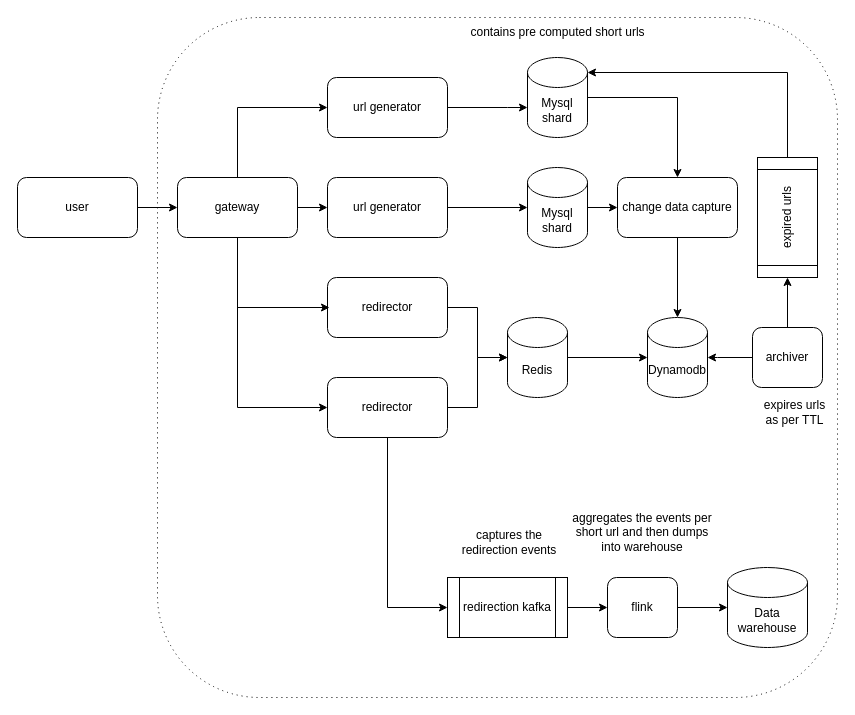
Above: url-shortner/assets/url-shortner.drawio in Circles24/high-level-designs (draw.io), before the change. Source tidied: cells renumbered, new cells numbered last; positions are measured from the earlier drawing's top-left corner, leaving out a move shared by most shapes. Both pictures are drawn from the tidied source at 100%, with x=0, y=0 at pixel (17, 17).
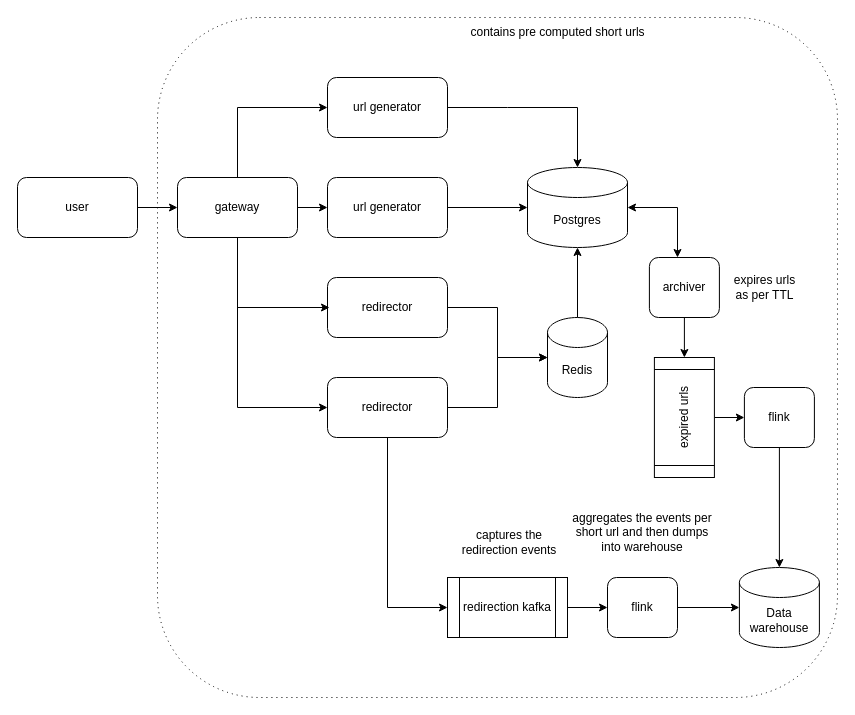
After the change.

Commit message (it also covers changes not shown here):
fix: Url shortner design

The change refers to these unchanged cells:
```xml
<mxCell id="11" value="url generator" style="rounded=1;whiteSpace=wrap;html=1;" parent="1" vertex="1">
  <mxGeometry x="310" y="160" width="120" height="60" as="geometry" />
</mxCell>
<mxCell id="15" value="redirector" style="rounded=1;whiteSpace=wrap;html=1;" parent="1" vertex="1">
  <mxGeometry x="310" y="360" width="120" height="60" as="geometry" />
</mxCell>
```

Diff of the diagram source:
```diff
@@
-    <mxCell id="10" style="edgeStyle=orthogonalEdgeStyle;rounded=0;jettySize=auto;html=1;" parent="1" edge="1" source="11" target="20">
-      <mxGeometry relative="1" as="geometry">
-        <Array as="points">
-          <mxPoint x="530" y="190" />
-          <mxPoint x="530" y="190" />
-        </Array>
-      </mxGeometry>
-    </mxCell>
@@
-    <mxCell id="14" style="edgeStyle=orthogonalEdgeStyle;rounded=0;jettySize=auto;html=1;" parent="1" edge="1" source="15">
+    <mxCell id="14" style="edgeStyle=orthogonalEdgeStyle;rounded=0;jettySize=auto;html=1;entryX=0;entryY=0.5;entryDx=0;entryDy=0;entryPerimeter=0;" parent="1" edge="1" source="15" target="17">
       <mxGeometry relative="1" as="geometry">
-        <mxPoint x="490" y="340" as="targetPoint" />
         <Array as="points">
-          <mxPoint x="460" y="390" />
-          <mxPoint x="460" y="340" />
+          <mxPoint x="480" y="390" />
+          <mxPoint x="480" y="340" />
         </Array>
       </mxGeometry>
     </mxCell>
@@
-    <mxCell id="16" value="Dynamodb" style="shape=cylinder3;whiteSpace=wrap;html=1;boundedLbl=1;backgroundOutline=1;size=15;" parent="1" vertex="1">
-      <mxGeometry x="630" y="300" width="60" height="80" as="geometry" />
-    </mxCell>
     <mxCell id="17" value="Redis" style="shape=cylinder3;whiteSpace=wrap;html=1;boundedLbl=1;backgroundOutline=1;size=15;" parent="1" vertex="1">
-      <mxGeometry x="490" y="300" width="60" height="80" as="geometry" />
+      <mxGeometry x="530" y="300" width="60" height="80" as="geometry" />
     </mxCell>
-    <mxCell id="18" style="edgeStyle=orthogonalEdgeStyle;rounded=0;jettySize=auto;html=1;entryX=0.5;entryY=0;entryDx=0;entryDy=0;" parent="1" edge="1" source="19" target="24">
-      <mxGeometry relative="1" as="geometry" />
-    </mxCell>
-    <mxCell id="19" value="Mysql shard" style="shape=cylinder3;whiteSpace=wrap;html=1;boundedLbl=1;backgroundOutline=1;size=15;" parent="1" vertex="1">
-      <mxGeometry x="510" y="40" width="60" height="80" as="geometry" />
+    <mxCell id="19" value="Postgres" style="shape=cylinder3;whiteSpace=wrap;html=1;boundedLbl=1;backgroundOutline=1;size=15;" parent="1" vertex="1">
+      <mxGeometry x="510" y="150" width="100" height="80" as="geometry" />
     </mxCell>
-    <mxCell id="20" value="Mysql shard" style="shape=cylinder3;whiteSpace=wrap;html=1;boundedLbl=1;backgroundOutline=1;size=15;" parent="1" vertex="1">
-      <mxGeometry x="510" y="150" width="60" height="80" as="geometry" />
-    </mxCell>
@@
-    <mxCell id="22" style="edgeStyle=orthogonalEdgeStyle;rounded=0;jettySize=auto;html=1;" parent="1" edge="1" source="24">
-      <mxGeometry relative="1" as="geometry">
-        <mxPoint x="660" y="190" as="targetPoint" />
-        <Array as="points">
-          <mxPoint x="657" y="190" />
-        </Array>
-      </mxGeometry>
-    </mxCell>
-    <mxCell id="23" style="edgeStyle=orthogonalEdgeStyle;rounded=0;jettySize=auto;html=1;" parent="1" edge="1" source="20" target="24">
-      <mxGeometry relative="1" as="geometry" />
-    </mxCell>
-    <mxCell id="24" value="change data capture" style="rounded=1;whiteSpace=wrap;html=1;" parent="1" vertex="1">
-      <mxGeometry x="600" y="160" width="120" height="60" as="geometry" />
-    </mxCell>
-    <mxCell id="25" style="edgeStyle=orthogonalEdgeStyle;rounded=0;jettySize=auto;html=1;entryX=0.5;entryY=0;entryDx=0;entryDy=0;entryPerimeter=0;" parent="1" edge="1" source="24" target="16">
-      <mxGeometry relative="1" as="geometry" />
-    </mxCell>
@@
-    <mxCell id="27" style="edgeStyle=orthogonalEdgeStyle;rounded=0;jettySize=auto;html=1;entryX=0;entryY=0.5;entryDx=0;entryDy=0;entryPerimeter=0;" parent="1" edge="1" source="17" target="16">
+    <mxCell id="27" style="edgeStyle=orthogonalEdgeStyle;rounded=0;jettySize=auto;html=1;entryX=0.5;entryY=1;entryDx=0;entryDy=0;entryPerimeter=0;" parent="1" edge="1" source="17" target="19">
       <mxGeometry relative="1" as="geometry" />
     </mxCell>
-    <mxCell id="28" style="edgeStyle=orthogonalEdgeStyle;rounded=0;jettySize=auto;html=1;entryX=0;entryY=0.5;entryDx=0;entryDy=0;" parent="1" edge="1" source="29" target="42">
+    <mxCell id="28" style="edgeStyle=orthogonalEdgeStyle;rounded=0;jettySize=auto;html=1;entryX=1;entryY=0.5;entryDx=0;entryDy=0;" parent="1" edge="1" source="29" target="42">
       <mxGeometry relative="1" as="geometry" />
     </mxCell>
     <mxCell id="29" value="archiver" style="rounded=1;whiteSpace=wrap;html=1;" parent="1" vertex="1">
-      <mxGeometry x="735" y="310" width="70" height="60" as="geometry" />
+      <mxGeometry x="631.9" y="240" width="70" height="60" as="geometry" />
     </mxCell>
-    <mxCell id="30" style="edgeStyle=orthogonalEdgeStyle;rounded=0;jettySize=auto;html=1;entryX=1;entryY=0.5;entryDx=0;entryDy=0;entryPerimeter=0;" parent="1" edge="1" source="29" target="16">
+    <mxCell id="30" style="edgeStyle=orthogonalEdgeStyle;rounded=0;jettySize=auto;html=1;entryX=1;entryY=0.5;entryDx=0;entryDy=0;entryPerimeter=0;startArrow=classic;startFill=1;" parent="1" edge="1" source="29" target="19">
       <mxGeometry relative="1" as="geometry">
         <Array as="points">
-          <mxPoint x="700" y="340" />
-          <mxPoint x="700" y="340" />
+          <mxPoint x="660" y="190" />
         </Array>
       </mxGeometry>
     </mxCell>
@@
     <mxCell id="34" value="Data warehouse" style="shape=cylinder3;whiteSpace=wrap;html=1;boundedLbl=1;backgroundOutline=1;size=15;" parent="1" vertex="1">
-      <mxGeometry x="710" y="550" width="80" height="80" as="geometry" />
+      <mxGeometry x="721.9" y="550" width="80" height="80" as="geometry" />
     </mxCell>
@@
     <mxCell id="38" value="expires urls as per TTL" style="text;html=1;align=center;verticalAlign=middle;whiteSpace=wrap;rounded=0;" parent="1" vertex="1">
-      <mxGeometry x="740" y="380" width="75" height="30" as="geometry" />
+      <mxGeometry x="710" y="255" width="75" height="30" as="geometry" />
     </mxCell>
@@
-    <mxCell id="41" style="edgeStyle=orthogonalEdgeStyle;rounded=0;jettySize=auto;html=1;entryX=1;entryY=0;entryDx=0;entryDy=15;entryPerimeter=0;" parent="1" edge="1" source="42" target="19">
-      <mxGeometry relative="1" as="geometry">
-        <Array as="points">
-          <mxPoint x="770" y="55" />
-        </Array>
-      </mxGeometry>
-    </mxCell>
+    <mxCell id="43" style="edgeStyle=orthogonalEdgeStyle;rounded=0;jettySize=auto;html=1;exitX=0.5;exitY=1;exitDx=0;exitDy=0;entryX=0;entryY=0.5;entryDx=0;entryDy=0;" parent="1" edge="1" source="42" target="45">
+      <mxGeometry relative="1" as="geometry" />
+    </mxCell>
     <mxCell id="42" value="expired urls" style="shape=process;whiteSpace=wrap;html=1;backgroundOutline=1;rotation=-90;" parent="1" vertex="1">
-      <mxGeometry x="710" y="170" width="120" height="60" as="geometry" />
+      <mxGeometry x="606.9" y="370" width="120" height="60" as="geometry" />
     </mxCell>
+    <mxCell id="44" style="edgeStyle=orthogonalEdgeStyle;rounded=0;jettySize=auto;html=1;entryX=0;entryY=0.5;entryDx=0;entryDy=0;entryPerimeter=0;" parent="1" edge="1" source="11" target="19">
+      <mxGeometry relative="1" as="geometry" />
+    </mxCell>
+    <mxCell id="45" value="flink" style="rounded=1;whiteSpace=wrap;html=1;" parent="1" vertex="1">
+      <mxGeometry x="726.9" y="370" width="70" height="60" as="geometry" />
+    </mxCell>
+    <mxCell id="46" style="edgeStyle=orthogonalEdgeStyle;rounded=0;jettySize=auto;html=1;exitX=0.5;exitY=1;exitDx=0;exitDy=0;entryX=0.5;entryY=0;entryDx=0;entryDy=0;entryPerimeter=0;" parent="1" edge="1" source="45" target="34">
+      <mxGeometry relative="1" as="geometry" />
+    </mxCell>
```
